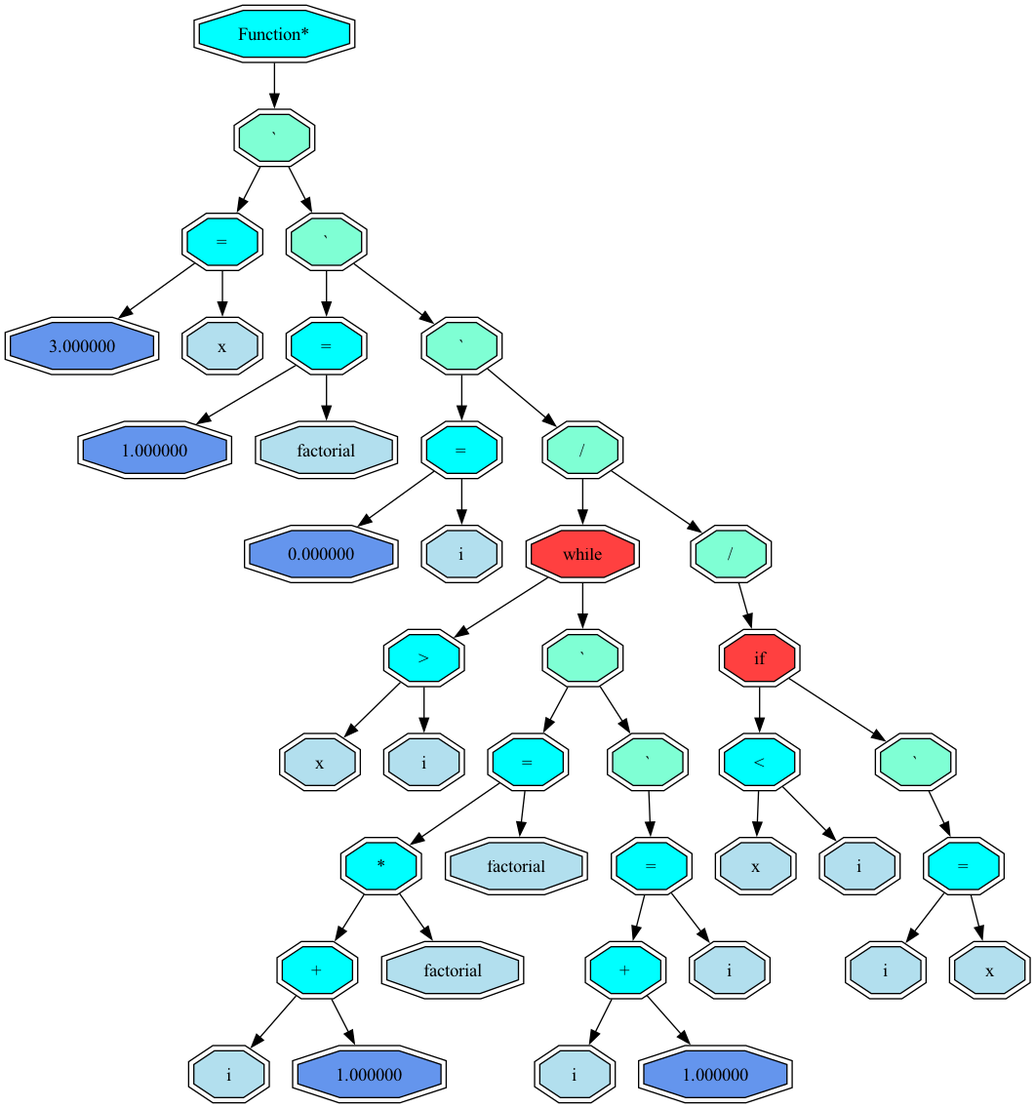
Pave2005/language keeps this Graphviz diagram as front_end/front_end.png. Above is the earlier version. Its source is kept beside it as front_end/front_end.dot.
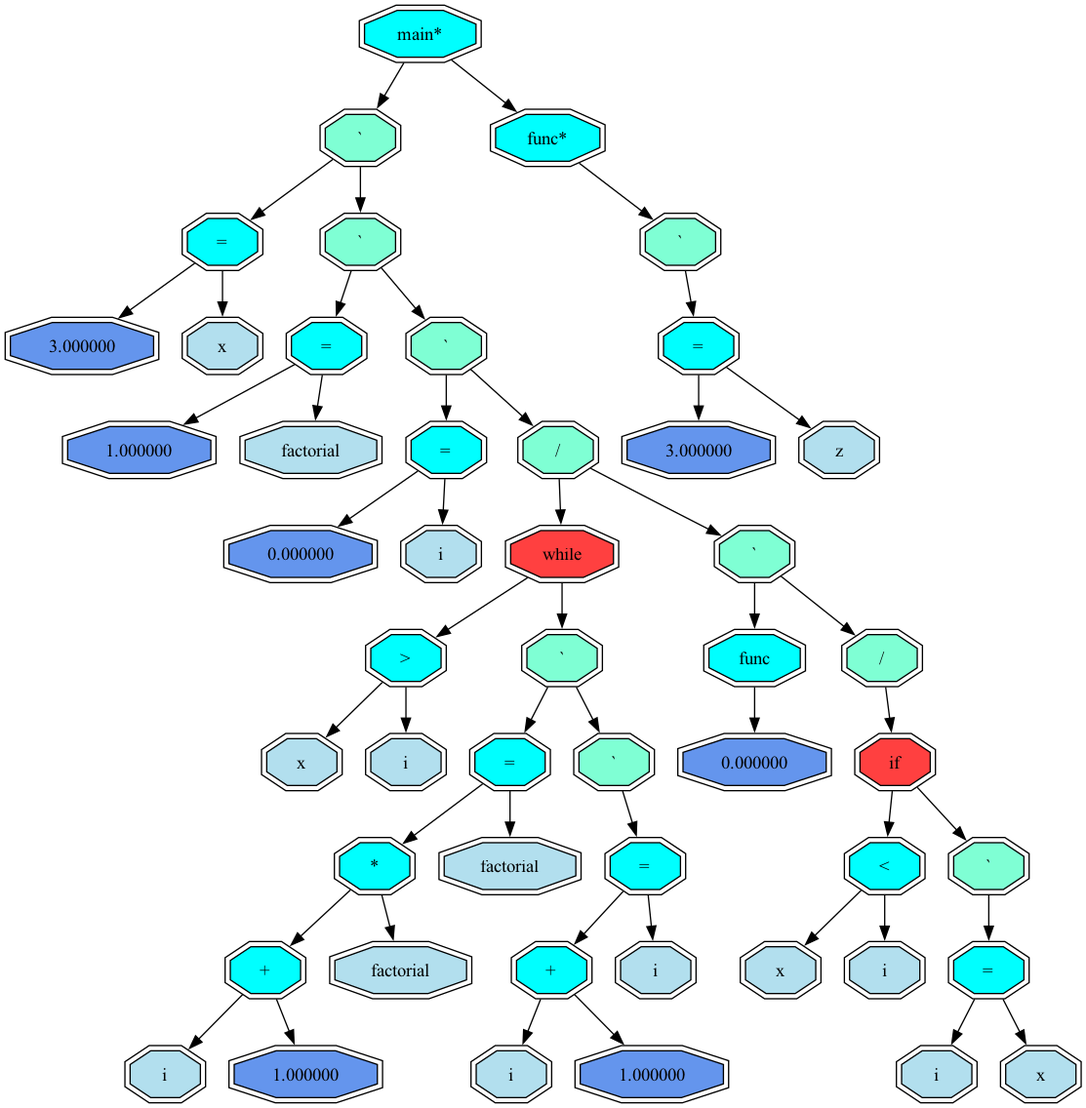
After the commit.

Change to the diagram source:
```diff
@@ -1,80 +1,96 @@
 digraph G {
 node [shape = record];
- 3434043200  3434043200 [shape = doubleoctagon, style = filled, fillcolor = aqua  label = " Function* "];
-3434043200 -> 3434043120 3434043120 [shape = doubleoctagon, style = filled, fillcolor = aquamarine  label = " ` "];
-3434043120 -> 3434040620
- 3434043120 -> 3434043060
- 3434040620 [shape = doubleoctagon, style = filled, fillcolor = aqua  label = " = "];
-3434040620 -> 3434040500
- 3434040620 -> 3434040560
- 3434040500 [shape = doubleoctagon, style = filled, fillcolor = cornflowerblue  label = " 3.000000 "];
- 3434040560 [shape = doubleoctagon, style = filled, fillcolor = lightblue2  label = " x "];
- 3434043060 [shape = doubleoctagon, style = filled, fillcolor = aquamarine  label = " ` "];
-3434043060 -> 3434041000
- 3434043060 -> 3434043020
- 3434041000 [shape = doubleoctagon, style = filled, fillcolor = aqua  label = " = "];
-3434041000 -> 3434040660
- 3434041000 -> 3434040740
- 3434040660 [shape = doubleoctagon, style = filled, fillcolor = cornflowerblue  label = " 1.000000 "];
- 3434040740 [shape = doubleoctagon, style = filled, fillcolor = lightblue2  label = " factorial "];
- 3434043020 [shape = doubleoctagon, style = filled, fillcolor = aquamarine  label = " ` "];
-3434043020 -> 3434041160
- 3434043020 -> 3434042760
- 3434041160 [shape = doubleoctagon, style = filled, fillcolor = aqua  label = " = "];
-3434041160 -> 3434041040
- 3434041160 -> 3434041120
- 3434041040 [shape = doubleoctagon, style = filled, fillcolor = cornflowerblue  label = " 0.000000 "];
- 3434041120 [shape = doubleoctagon, style = filled, fillcolor = lightblue2  label = " i "];
- 3434042760 [shape = doubleoctagon, style = filled, fillcolor = aquamarine  label = " / "];
-3434042760 -> 3434042260
- 3434042760 -> 3434042720
- 3434042260 [shape = doubleoctagon, style = filled, fillcolor = brown1  label = " while "];
-3434042260 -> 3434041320
- 3434042260 -> 3434042220
- 3434041320 [shape = doubleoctagon, style = filled, fillcolor = aqua  label = " > "];
-3434041320 -> 3434041220
- 3434041320 -> 3434041260
- 3434041220 [shape = doubleoctagon, style = filled, fillcolor = lightblue2  label = " x "];
- 3434041260 [shape = doubleoctagon, style = filled, fillcolor = lightblue2  label = " i "];
- 3434042220 [shape = doubleoctagon, style = filled, fillcolor = aquamarine  label = " ` "];
-3434042220 -> 3434041660
- 3434042220 -> 3434042160
- 3434041660 [shape = doubleoctagon, style = filled, fillcolor = aqua  label = " = "];
-3434041660 -> 3434041560
- 3434041660 -> 3434041620
- 3434041560 [shape = doubleoctagon, style = filled, fillcolor = aqua  label = " * "];
-3434041560 -> 3434041460
- 3434041560 -> 3434041520
- 3434041460 [shape = doubleoctagon, style = filled, fillcolor = aqua  label = " + "];
-3434041460 -> 3434041360
- 3434041460 -> 3434041420
- 3434041360 [shape = doubleoctagon, style = filled, fillcolor = lightblue2  label = " i "];
- 3434041420 [shape = doubleoctagon, style = filled, fillcolor = cornflowerblue  label = " 1.000000 "];
- 3434041520 [shape = doubleoctagon, style = filled, fillcolor = lightblue2  label = " factorial "];
- 3434041620 [shape = doubleoctagon, style = filled, fillcolor = lightblue2  label = " factorial "];
- 3434042160 [shape = doubleoctagon, style = filled, fillcolor = aquamarine  label = " ` "];
-3434042160 -> 3434042120 3434042120 [shape = doubleoctagon, style = filled, fillcolor = aqua  label = " = "];
-3434042120 -> 3434042020
- 3434042120 -> 3434042060
- 3434042020 [shape = doubleoctagon, style = filled, fillcolor = aqua  label = " + "];
-3434042020 -> 3434041720
- 3434042020 -> 3434041760
- 3434041720 [shape = doubleoctagon, style = filled, fillcolor = lightblue2  label = " i "];
- 3434041760 [shape = doubleoctagon, style = filled, fillcolor = cornflowerblue  label = " 1.000000 "];
- 3434042060 [shape = doubleoctagon, style = filled, fillcolor = lightblue2  label = " i "];
- 3434042720 [shape = doubleoctagon, style = filled, fillcolor = aquamarine  label = " / "];
-3434042720 -> 3434042660 3434042660 [shape = doubleoctagon, style = filled, fillcolor = brown1  label = " if "];
-3434042660 -> 3434042420
- 3434042660 -> 3434042620
- 3434042420 [shape = doubleoctagon, style = filled, fillcolor = aqua  label = " < "];
-3434042420 -> 3434042320
- 3434042420 -> 3434042360
- 3434042320 [shape = doubleoctagon, style = filled, fillcolor = lightblue2  label = " x "];
- 3434042360 [shape = doubleoctagon, style = filled, fillcolor = lightblue2  label = " i "];
- 3434042620 [shape = doubleoctagon, style = filled, fillcolor = aquamarine  label = " ` "];
-3434042620 -> 3434042560 3434042560 [shape = doubleoctagon, style = filled, fillcolor = aqua  label = " = "];
-3434042560 -> 3434042460
- 3434042560 -> 3434042520
- 3434042460 [shape = doubleoctagon, style = filled, fillcolor = lightblue2  label = " i "];
- 3434042520 [shape = doubleoctagon, style = filled, fillcolor = lightblue2  label = " x "];
+ 12174043300  12174043300 [shape = doubleoctagon, style = filled, fillcolor = aqua  label = " main* "];
+12174043300 -> 12174042740
+ 12174043300 -> 12174043240
+ 12174042740 [shape = doubleoctagon, style = filled, fillcolor = aquamarine  label = " ` "];
+12174042740 -> 12174040260
+ 12174042740 -> 12174042700
+ 12174040260 [shape = doubleoctagon, style = filled, fillcolor = aqua  label = " = "];
+12174040260 -> 12170057140
+ 12174040260 -> 12174040220
+ 12170057140 [shape = doubleoctagon, style = filled, fillcolor = cornflowerblue  label = " 3.000000 "];
+ 12174040220 [shape = doubleoctagon, style = filled, fillcolor = lightblue2  label = " x "];
+ 12174042700 [shape = doubleoctagon, style = filled, fillcolor = aquamarine  label = " ` "];
+12174042700 -> 12174040440
+ 12174042700 -> 12174042640
+ 12174040440 [shape = doubleoctagon, style = filled, fillcolor = aqua  label = " = "];
+12174040440 -> 12174040320
+ 12174040440 -> 12174040400
+ 12174040320 [shape = doubleoctagon, style = filled, fillcolor = cornflowerblue  label = " 1.000000 "];
+ 12174040400 [shape = doubleoctagon, style = filled, fillcolor = lightblue2  label = " factorial "];
+ 12174042640 [shape = doubleoctagon, style = filled, fillcolor = aquamarine  label = " ` "];
+12174042640 -> 12174040620
+ 12174042640 -> 12174042600
+ 12174040620 [shape = doubleoctagon, style = filled, fillcolor = aqua  label = " = "];
+12174040620 -> 12174040500
+ 12174040620 -> 12174040560
+ 12174040500 [shape = doubleoctagon, style = filled, fillcolor = cornflowerblue  label = " 0.000000 "];
+ 12174040560 [shape = doubleoctagon, style = filled, fillcolor = lightblue2  label = " i "];
+ 12174042600 [shape = doubleoctagon, style = filled, fillcolor = aquamarine  label = " / "];
+12174042600 -> 12174041720
+ 12174042600 -> 12174042540
+ 12174041720 [shape = doubleoctagon, style = filled, fillcolor = brown1  label = " while "];
+12174041720 -> 12174040760
+ 12174041720 -> 12174041660
+ 12174040760 [shape = doubleoctagon, style = filled, fillcolor = aqua  label = " > "];
+12174040760 -> 12174040660
+ 12174040760 -> 12174040720
+ 12174040660 [shape = doubleoctagon, style = filled, fillcolor = lightblue2  label = " x "];
+ 12174040720 [shape = doubleoctagon, style = filled, fillcolor = lightblue2  label = " i "];
+ 12174041660 [shape = doubleoctagon, style = filled, fillcolor = aquamarine  label = " ` "];
+12174041660 -> 12174041320
+ 12174041660 -> 12174041620
+ 12174041320 [shape = doubleoctagon, style = filled, fillcolor = aqua  label = " = "];
+12174041320 -> 12174041220
+ 12174041320 -> 12174041260
+ 12174041220 [shape = doubleoctagon, style = filled, fillcolor = aqua  label = " * "];
+12174041220 -> 12174041120
+ 12174041220 -> 12174041160
+ 12174041120 [shape = doubleoctagon, style = filled, fillcolor = aqua  label = " + "];
+12174041120 -> 12174041020
+ 12174041120 -> 12174041060
+ 12174041020 [shape = doubleoctagon, style = filled, fillcolor = lightblue2  label = " i "];
+ 12174041060 [shape = doubleoctagon, style = filled, fillcolor = cornflowerblue  label = " 1.000000 "];
+ 12174041160 [shape = doubleoctagon, style = filled, fillcolor = lightblue2  label = " factorial "];
+ 12174041260 [shape = doubleoctagon, style = filled, fillcolor = lightblue2  label = " factorial "];
+ 12174041620 [shape = doubleoctagon, style = filled, fillcolor = aquamarine  label = " ` "];
+12174041620 -> 12174041560 12174041560 [shape = doubleoctagon, style = filled, fillcolor = aqua  label = " = "];
+12174041560 -> 12174041460
+ 12174041560 -> 12174041520
+ 12174041460 [shape = doubleoctagon, style = filled, fillcolor = aqua  label = " + "];
+12174041460 -> 12174041360
+ 12174041460 -> 12174041420
+ 12174041360 [shape = doubleoctagon, style = filled, fillcolor = lightblue2  label = " i "];
+ 12174041420 [shape = doubleoctagon, style = filled, fillcolor = cornflowerblue  label = " 1.000000 "];
+ 12174041520 [shape = doubleoctagon, style = filled, fillcolor = lightblue2  label = " i "];
+ 12174042540 [shape = doubleoctagon, style = filled, fillcolor = aquamarine  label = " ` "];
+12174042540 -> 12174042040
+ 12174042540 -> 12174042500
+ 12174042040 [shape = doubleoctagon, style = filled, fillcolor = aqua  label = " func "];
+
+ 12174042040 -> 12174042000
+ 12174042000 [shape = doubleoctagon, style = filled, fillcolor = cornflowerblue  label = " 0.000000 "];
+ 12174042500 [shape = doubleoctagon, style = filled, fillcolor = aquamarine  label = " / "];
+12174042500 -> 12174042440 12174042440 [shape = doubleoctagon, style = filled, fillcolor = brown1  label = " if "];
+12174042440 -> 12174042200
+ 12174042440 -> 12174042400
+ 12174042200 [shape = doubleoctagon, style = filled, fillcolor = aqua  label = " < "];
+12174042200 -> 12174042100
+ 12174042200 -> 12174042140
+ 12174042100 [shape = doubleoctagon, style = filled, fillcolor = lightblue2  label = " x "];
+ 12174042140 [shape = doubleoctagon, style = filled, fillcolor = lightblue2  label = " i "];
+ 12174042400 [shape = doubleoctagon, style = filled, fillcolor = aquamarine  label = " ` "];
+12174042400 -> 12174042340 12174042340 [shape = doubleoctagon, style = filled, fillcolor = aqua  label = " = "];
+12174042340 -> 12174042240
+ 12174042340 -> 12174042300
+ 12174042240 [shape = doubleoctagon, style = filled, fillcolor = lightblue2  label = " i "];
+ 12174042300 [shape = doubleoctagon, style = filled, fillcolor = lightblue2  label = " x "];
+ 12174043240 [shape = doubleoctagon, style = filled, fillcolor = aqua  label = " func* "];
+12174043240 -> 12174043200 12174043200 [shape = doubleoctagon, style = filled, fillcolor = aquamarine  label = " ` "];
+12174043200 -> 12174043140 12174043140 [shape = doubleoctagon, style = filled, fillcolor = aqua  label = " = "];
+12174043140 -> 12174043020
+ 12174043140 -> 12174043100
+ 12174043020 [shape = doubleoctagon, style = filled, fillcolor = cornflowerblue  label = " 3.000000 "];
+ 12174043100 [shape = doubleoctagon, style = filled, fillcolor = lightblue2  label = " z "];
 }
```
